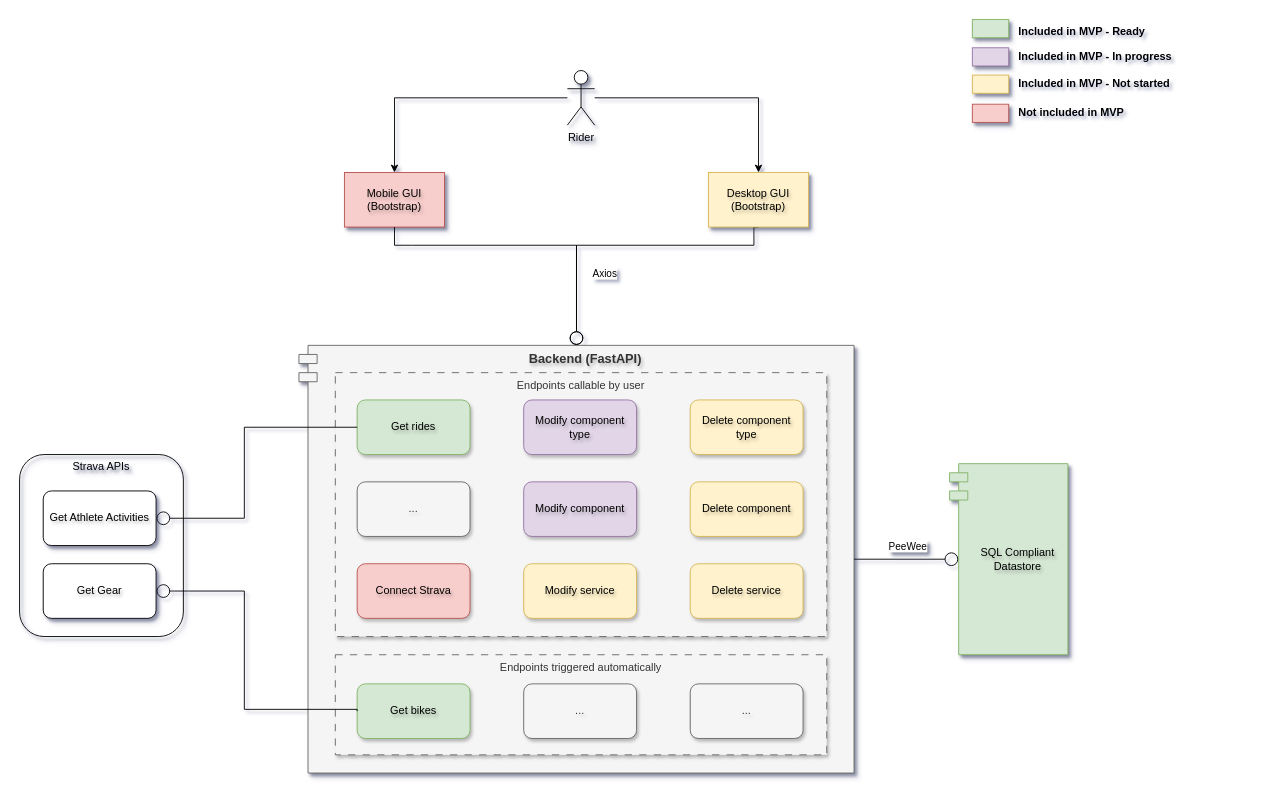
Above: page "Application architecture" (1 of 6) of docs/all_diagrams.drawio in xivind/velo-supervisor-2000 (draw.io), before the change. Source tidied: cells renumbered, new cells numbered last; positions are measured from the earlier drawing's top-left corner, leaving out a move shared by most shapes. Both pictures are drawn from the tidied source at 91%, with x=0, y=0 at pixel (19, 17).
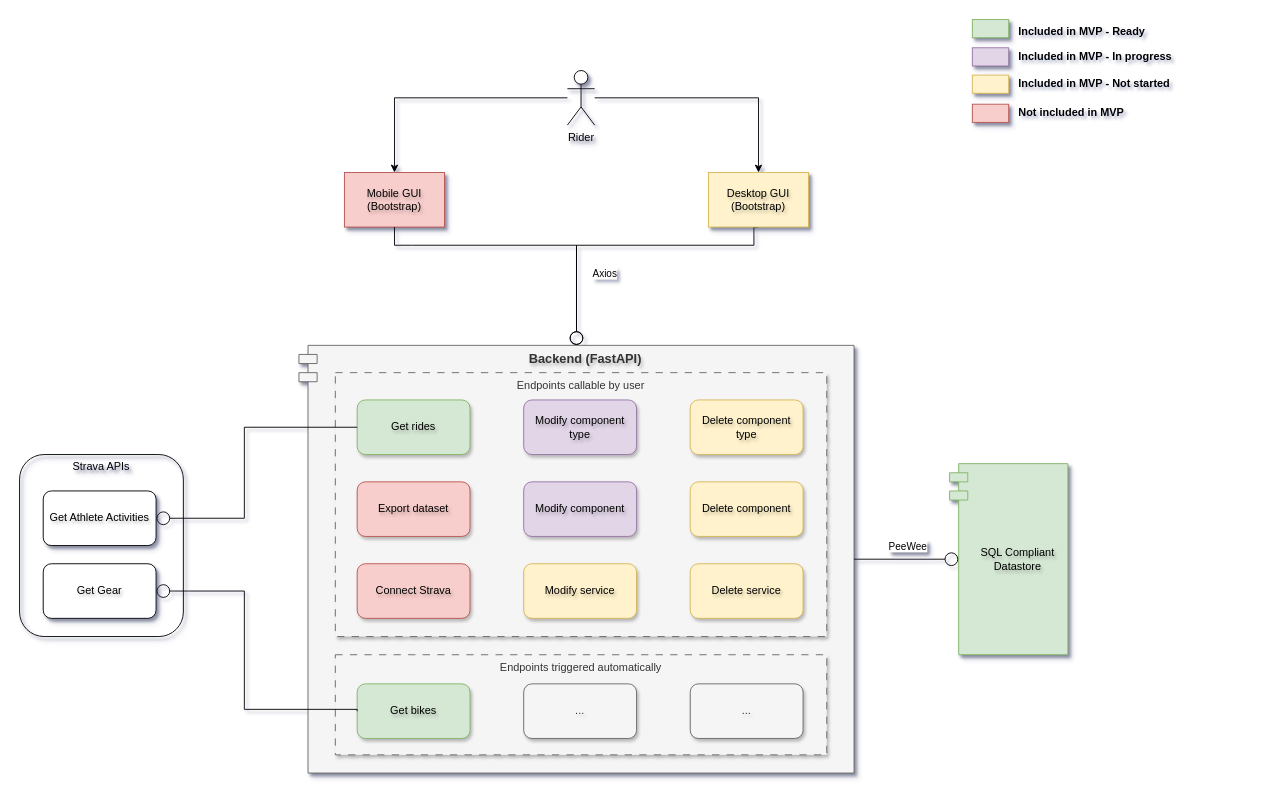
After the change.

What changed in the source:
```diff
@@
-    <mxCell id="26" value="..." style="rounded=1;whiteSpace=wrap;html=1;textShadow=1;shadow=1;verticalAlign=middle;fillColor=#f5f5f5;strokeColor=#666666;fontColor=#333333;" parent="1" vertex="1">
+    <mxCell id="26" value="Export dataset" style="rounded=1;whiteSpace=wrap;html=1;textShadow=1;shadow=1;verticalAlign=middle;fillColor=#f8cecc;strokeColor=#b85450;" parent="1" vertex="1">
       <mxGeometry x="371" y="510" width="124" height="60" as="geometry" />
     </mxCell>
```
